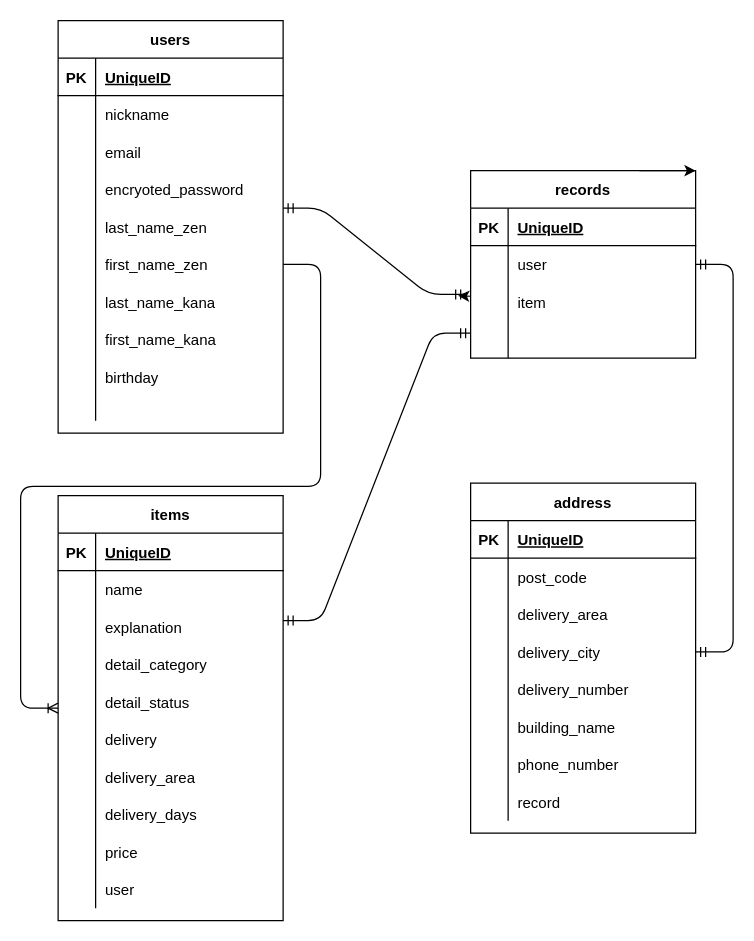
lemon2123/furima-37027 keeps this draw.io diagram as ER.dio. Above is the earlier version. Source tidied: cells renumbered, new cells numbered last; positions are measured from the earlier drawing's top-left corner, leaving out a move shared by most shapes. Both pictures are drawn from the tidied source at 125%, with x=0, y=0 at pixel (58, 20).
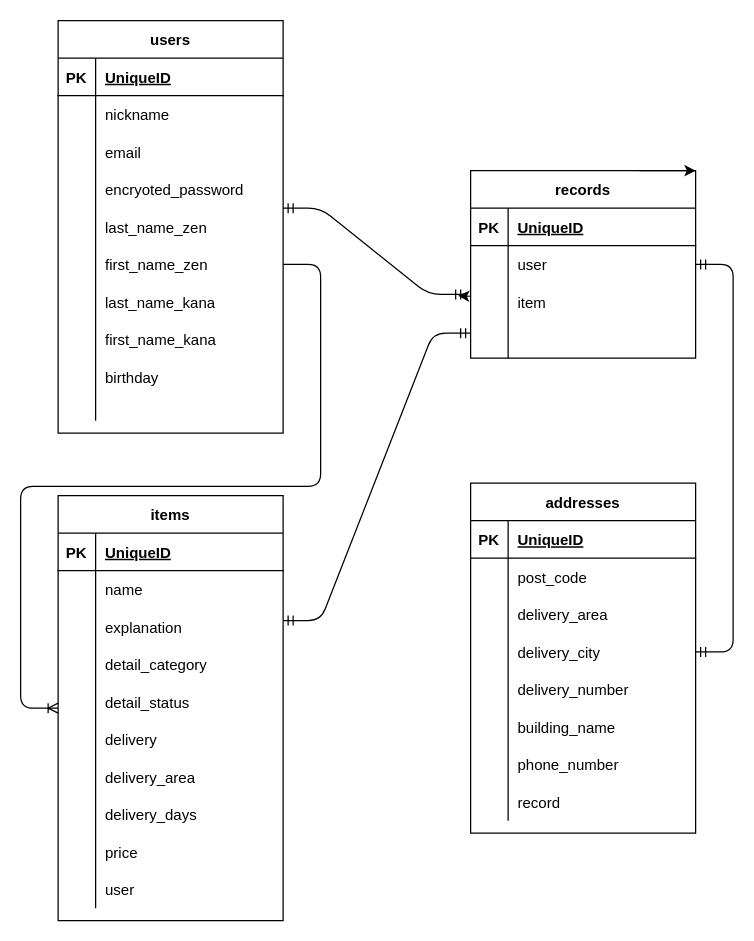
The same page after the edit.

Commit message (it also covers changes not shown here):
データベース再三修正

Diff of the diagram source:
```diff
@@
-    <mxCell id="64" value="address" style="shape=table;startSize=30;childLayout=tableLayout;rowLines=0;fontStyle=1;align=center;" parent="1" vertex="1">
+    <mxCell id="64" value="addresses" style="shape=table;startSize=30;childLayout=tableLayout;rowLines=0;fontStyle=1;align=center;" parent="1" vertex="1">
       <mxGeometry x="330" y="370" width="180" height="280" as="geometry" />
     </mxCell>
```
